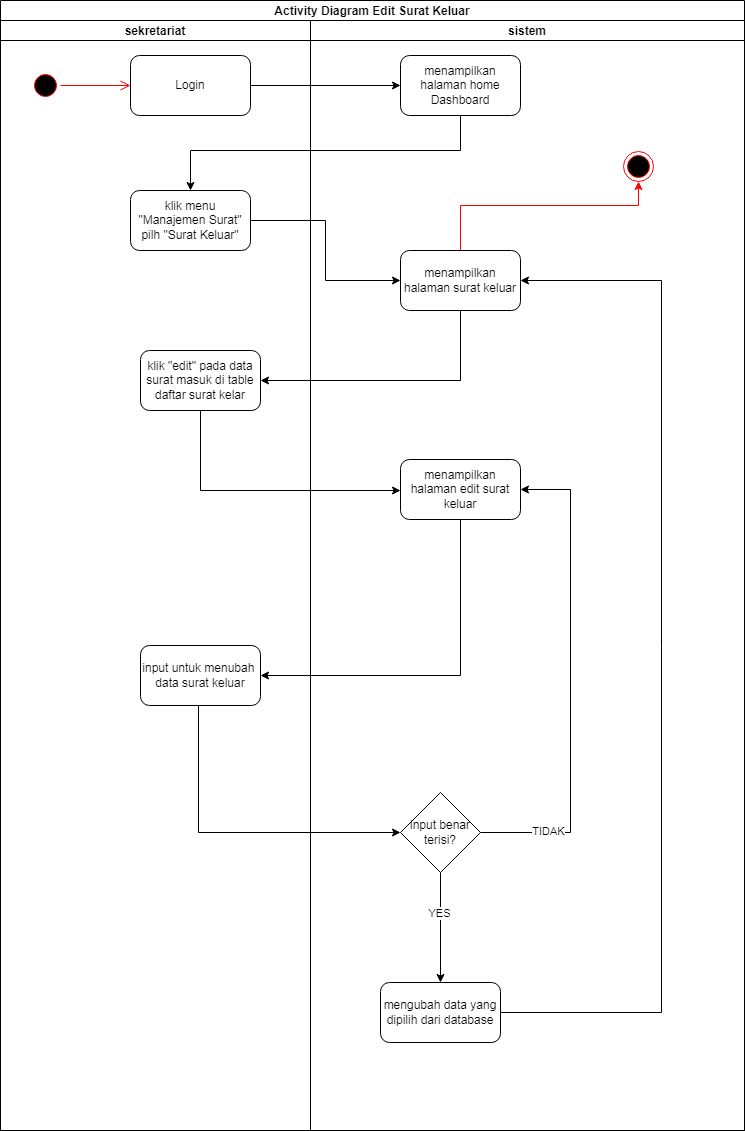
Earlier version of the draw.io export SKRIPSI/UML/2. ACTIVITY/SURAT KELUAR/EDIT.png (Rusadi-0/KULIAH). Source tidied: cells renumbered, new cells last; positions are measured from the earlier drawing's top-left corner, leaving out a move shared by most shapes. Source of this version:
```xml
<mxGraphModel>
  <root>
    <mxCell id="0" />
    <mxCell id="1" parent="0" />
    <mxCell id="2" value="Activity Diagram Edit Surat Keluar" style="swimlane;startSize=20;" parent="1" vertex="1">
      <mxGeometry width="744" height="1130" as="geometry" />
    </mxCell>
    <mxCell id="3" value="sekretariat" style="swimlane;startSize=20;" parent="2" vertex="1">
      <mxGeometry y="20" width="310" height="1110" as="geometry" />
    </mxCell>
    <mxCell id="4" style="ellipse;html=1;shape=startState;fillColor=#000000;strokeColor=#ff0000;" parent="3" vertex="1">
      <mxGeometry x="30" y="50" width="30" height="30" as="geometry" />
    </mxCell>
    <mxCell id="5" style="edgeStyle=orthogonalEdgeStyle;html=1;verticalAlign=bottom;endArrow=open;endSize=8;strokeColor=#ff0000;rounded=0;" parent="3" edge="1" source="4">
      <mxGeometry relative="1" as="geometry">
        <mxPoint x="130" y="65" as="targetPoint" />
      </mxGeometry>
    </mxCell>
    <mxCell id="6" value="Login" style="rounded=1;whiteSpace=wrap;html=1;" parent="3" vertex="1">
      <mxGeometry x="130" y="35" width="120" height="60" as="geometry" />
    </mxCell>
    <mxCell id="7" value="klik menu &quot;Manajemen Surat&quot; pilh &quot;Surat Keluar&quot;" style="rounded=1;whiteSpace=wrap;html=1;" parent="3" vertex="1">
      <mxGeometry x="130" y="170" width="120" height="60" as="geometry" />
    </mxCell>
    <mxCell id="8" value="klik &quot;edit&quot; pada data surat masuk di table daftar surat kelar" style="rounded=1;whiteSpace=wrap;html=1;" parent="3" vertex="1">
      <mxGeometry x="140" y="330" width="120" height="60" as="geometry" />
    </mxCell>
    <mxCell id="9" value="input untuk menubah&amp;nbsp; data surat keluar " style="rounded=1;whiteSpace=wrap;html=1;" parent="3" vertex="1">
      <mxGeometry x="140" y="625" width="120" height="60" as="geometry" />
    </mxCell>
    <mxCell id="10" value="sistem" style="swimlane;startSize=20;" parent="2" vertex="1">
      <mxGeometry x="310" y="20" width="434" height="1110" as="geometry" />
    </mxCell>
    <mxCell id="11" value="menampilkan halaman home Dashboard" style="rounded=1;whiteSpace=wrap;html=1;" parent="10" vertex="1">
      <mxGeometry x="90" y="35" width="120" height="60" as="geometry" />
    </mxCell>
    <mxCell id="12" style="edgeStyle=orthogonalEdgeStyle;rounded=0;jettySize=auto;html=1;strokeColor=#FF0000;" parent="10" edge="1" source="13" target="14">
      <mxGeometry relative="1" as="geometry">
        <Array as="points">
          <mxPoint x="150" y="185" />
          <mxPoint x="328" y="185" />
        </Array>
      </mxGeometry>
    </mxCell>
    <mxCell id="13" value="menampilkan halaman surat keluar" style="rounded=1;whiteSpace=wrap;html=1;" parent="10" vertex="1">
      <mxGeometry x="90" y="230" width="120" height="60" as="geometry" />
    </mxCell>
    <mxCell id="14" style="ellipse;html=1;shape=endState;fillColor=#000000;strokeColor=#ff0000;" parent="10" vertex="1">
      <mxGeometry x="313" y="131" width="30" height="30" as="geometry" />
    </mxCell>
    <mxCell id="15" value="menampilkan halaman edit surat keluar" style="rounded=1;whiteSpace=wrap;html=1;" parent="10" vertex="1">
      <mxGeometry x="90" y="439" width="120" height="60" as="geometry" />
    </mxCell>
    <mxCell id="16" style="edgeStyle=orthogonalEdgeStyle;rounded=0;jettySize=auto;html=1;entryX=1;entryY=0.5;entryDx=0;entryDy=0;strokeColor=#000000;" parent="10" edge="1" source="20" target="15">
      <mxGeometry relative="1" as="geometry">
        <Array as="points">
          <mxPoint x="260" y="812" />
          <mxPoint x="260" y="469" />
        </Array>
      </mxGeometry>
    </mxCell>
    <mxCell id="17" value="TIDAK" style="edgeLabel;html=1;align=center;verticalAlign=middle;" parent="16" vertex="1">
      <mxGeometry x="-0.72" y="2" relative="1" as="geometry" />
    </mxCell>
    <mxCell id="18" style="edgeStyle=orthogonalEdgeStyle;rounded=0;jettySize=auto;html=1;strokeColor=#000000;" parent="10" edge="1" source="20" target="22">
      <mxGeometry relative="1" as="geometry" />
    </mxCell>
    <mxCell id="19" value="YES" style="edgeLabel;html=1;align=center;verticalAlign=middle;" parent="18" vertex="1">
      <mxGeometry x="-0.27" y="-2" relative="1" as="geometry" />
    </mxCell>
    <mxCell id="20" value="input benar terisi?" style="rhombus;whiteSpace=wrap;html=1;" parent="10" vertex="1">
      <mxGeometry x="90" y="772" width="80" height="80" as="geometry" />
    </mxCell>
    <mxCell id="21" style="edgeStyle=orthogonalEdgeStyle;rounded=0;jettySize=auto;html=1;strokeColor=#000000;entryX=1;entryY=0.5;entryDx=0;entryDy=0;" parent="10" edge="1" source="22" target="13">
      <mxGeometry relative="1" as="geometry">
        <Array as="points">
          <mxPoint x="351" y="992" />
          <mxPoint x="351" y="260" />
        </Array>
      </mxGeometry>
    </mxCell>
    <mxCell id="22" value="mengubah data yang dipilih dari database" style="rounded=1;whiteSpace=wrap;html=1;" parent="10" vertex="1">
      <mxGeometry x="70" y="962" width="120" height="60" as="geometry" />
    </mxCell>
    <mxCell id="23" style="edgeStyle=orthogonalEdgeStyle;rounded=0;jettySize=auto;html=1;entryX=0;entryY=0.5;entryDx=0;entryDy=0;" parent="2" edge="1" source="6" target="11">
      <mxGeometry relative="1" as="geometry" />
    </mxCell>
    <mxCell id="24" style="edgeStyle=orthogonalEdgeStyle;rounded=0;jettySize=auto;html=1;entryX=0.5;entryY=0;entryDx=0;entryDy=0;" parent="2" edge="1" source="11" target="7">
      <mxGeometry relative="1" as="geometry">
        <Array as="points">
          <mxPoint x="460" y="150" />
          <mxPoint x="190" y="150" />
        </Array>
      </mxGeometry>
    </mxCell>
    <mxCell id="25" style="edgeStyle=orthogonalEdgeStyle;rounded=0;jettySize=auto;html=1;entryX=0;entryY=0.5;entryDx=0;entryDy=0;" parent="2" edge="1" source="7" target="13">
      <mxGeometry relative="1" as="geometry" />
    </mxCell>
    <mxCell id="26" style="edgeStyle=orthogonalEdgeStyle;rounded=0;jettySize=auto;html=1;entryX=1;entryY=0.5;entryDx=0;entryDy=0;" parent="2" edge="1" source="13" target="8">
      <mxGeometry relative="1" as="geometry">
        <Array as="points">
          <mxPoint x="460" y="380" />
        </Array>
      </mxGeometry>
    </mxCell>
    <mxCell id="27" style="edgeStyle=orthogonalEdgeStyle;rounded=0;jettySize=auto;html=1;" parent="2" edge="1" source="8" target="15">
      <mxGeometry relative="1" as="geometry">
        <Array as="points">
          <mxPoint x="200" y="490" />
        </Array>
      </mxGeometry>
    </mxCell>
    <mxCell id="28" style="edgeStyle=orthogonalEdgeStyle;rounded=0;jettySize=auto;html=1;entryX=1;entryY=0.5;entryDx=0;entryDy=0;exitX=0.5;exitY=1;exitDx=0;exitDy=0;" parent="2" edge="1" source="15" target="9">
      <mxGeometry relative="1" as="geometry" />
    </mxCell>
    <mxCell id="29" style="edgeStyle=orthogonalEdgeStyle;rounded=0;jettySize=auto;html=1;strokeColor=#000000;" parent="2" edge="1" source="9" target="20">
      <mxGeometry relative="1" as="geometry">
        <Array as="points">
          <mxPoint x="198" y="832" />
        </Array>
      </mxGeometry>
    </mxCell>
  </root>
</mxGraphModel>
```
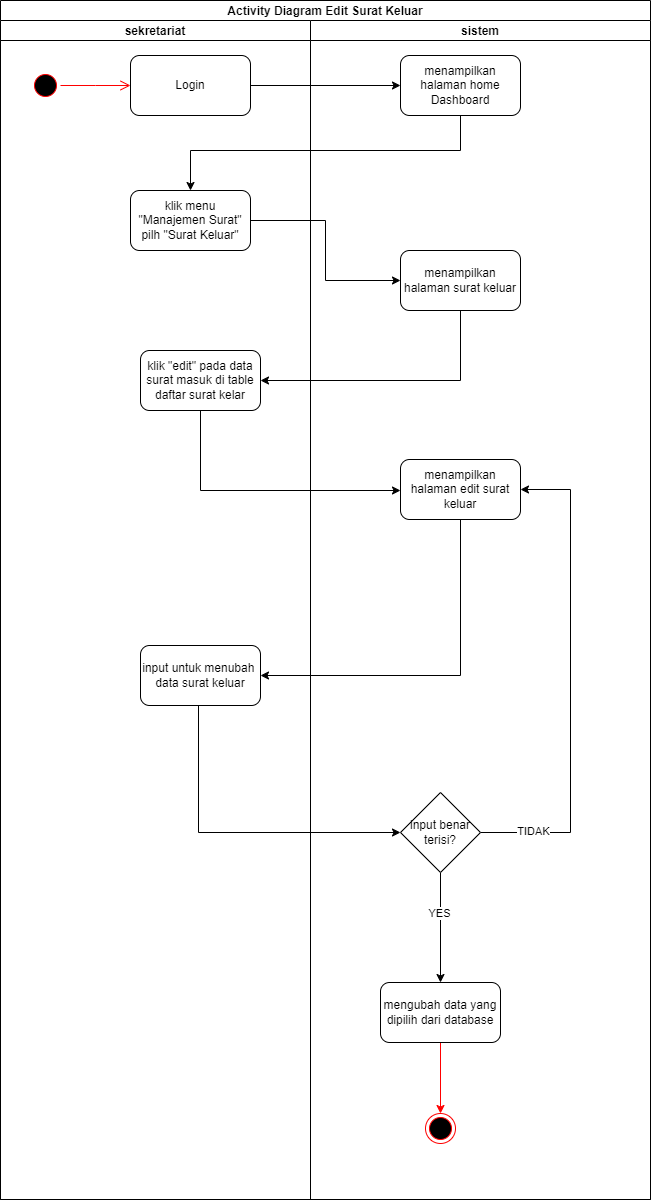
The same diagram one commit later.

Change to the diagram source:
```diff
@@ -3,10 +3,10 @@
     <mxCell id="0" />
     <mxCell id="1" parent="0" />
     <mxCell id="2" value="Activity Diagram Edit Surat Keluar" style="swimlane;startSize=20;" parent="1" vertex="1">
-      <mxGeometry width="744" height="1130" as="geometry" />
+      <mxGeometry width="650" height="1199" as="geometry" />
     </mxCell>
     <mxCell id="3" value="sekretariat" style="swimlane;startSize=20;" parent="2" vertex="1">
-      <mxGeometry y="20" width="310" height="1110" as="geometry" />
+      <mxGeometry y="20" width="310" height="1179" as="geometry" />
     </mxCell>
     <mxCell id="4" style="ellipse;html=1;shape=startState;fillColor=#000000;strokeColor=#ff0000;" parent="3" vertex="1">
       <mxGeometry x="30" y="50" width="30" height="30" as="geometry" />
@@ -29,24 +29,16 @@
       <mxGeometry x="140" y="625" width="120" height="60" as="geometry" />
     </mxCell>
     <mxCell id="10" value="sistem" style="swimlane;startSize=20;" parent="2" vertex="1">
-      <mxGeometry x="310" y="20" width="434" height="1110" as="geometry" />
+      <mxGeometry x="310" y="20" width="340" height="1179" as="geometry" />
     </mxCell>
     <mxCell id="11" value="menampilkan halaman home Dashboard" style="rounded=1;whiteSpace=wrap;html=1;" parent="10" vertex="1">
       <mxGeometry x="90" y="35" width="120" height="60" as="geometry" />
     </mxCell>
-    <mxCell id="12" style="edgeStyle=orthogonalEdgeStyle;rounded=0;jettySize=auto;html=1;strokeColor=#FF0000;" parent="10" edge="1" source="13" target="14">
-      <mxGeometry relative="1" as="geometry">
-        <Array as="points">
-          <mxPoint x="150" y="185" />
-          <mxPoint x="328" y="185" />
-        </Array>
-      </mxGeometry>
-    </mxCell>
     <mxCell id="13" value="menampilkan halaman surat keluar" style="rounded=1;whiteSpace=wrap;html=1;" parent="10" vertex="1">
       <mxGeometry x="90" y="230" width="120" height="60" as="geometry" />
     </mxCell>
     <mxCell id="14" style="ellipse;html=1;shape=endState;fillColor=#000000;strokeColor=#ff0000;" parent="10" vertex="1">
-      <mxGeometry x="313" y="131" width="30" height="30" as="geometry" />
+      <mxGeometry x="115" y="1093" width="30" height="30" as="geometry" />
     </mxCell>
     <mxCell id="15" value="menampilkan halaman edit surat keluar" style="rounded=1;whiteSpace=wrap;html=1;" parent="10" vertex="1">
       <mxGeometry x="90" y="439" width="120" height="60" as="geometry" />
@@ -60,7 +52,9 @@
       </mxGeometry>
     </mxCell>
     <mxCell id="17" value="TIDAK" style="edgeLabel;html=1;align=center;verticalAlign=middle;" parent="16" vertex="1">
-      <mxGeometry x="-0.72" y="2" relative="1" as="geometry" />
+      <mxGeometry x="-0.72" y="2" relative="1" as="geometry">
+        <mxPoint x="-15" as="offset" />
+      </mxGeometry>
     </mxCell>
     <mxCell id="18" style="edgeStyle=orthogonalEdgeStyle;rounded=0;jettySize=auto;html=1;strokeColor=#000000;" parent="10" edge="1" source="20" target="22">
       <mxGeometry relative="1" as="geometry" />
@@ -71,14 +65,9 @@
     <mxCell id="20" value="input benar terisi?" style="rhombus;whiteSpace=wrap;html=1;" parent="10" vertex="1">
       <mxGeometry x="90" y="772" width="80" height="80" as="geometry" />
     </mxCell>
-    <mxCell id="21" style="edgeStyle=orthogonalEdgeStyle;rounded=0;jettySize=auto;html=1;strokeColor=#000000;entryX=1;entryY=0.5;entryDx=0;entryDy=0;" parent="10" edge="1" source="22" target="13">
-      <mxGeometry relative="1" as="geometry">
-        <Array as="points">
-          <mxPoint x="351" y="992" />
-          <mxPoint x="351" y="260" />
-        </Array>
-      </mxGeometry>
-    </mxCell>
+    <mxCell id="30" style="edgeStyle=orthogonalEdgeStyle;rounded=0;jettySize=auto;html=1;strokeColor=#FF0000;" parent="10" edge="1" source="22" target="14">
+      <mxGeometry relative="1" as="geometry" />
+    </mxCell>
     <mxCell id="22" value="mengubah data yang dipilih dari database" style="rounded=1;whiteSpace=wrap;html=1;" parent="10" vertex="1">
       <mxGeometry x="70" y="962" width="120" height="60" as="geometry" />
     </mxCell>
```
